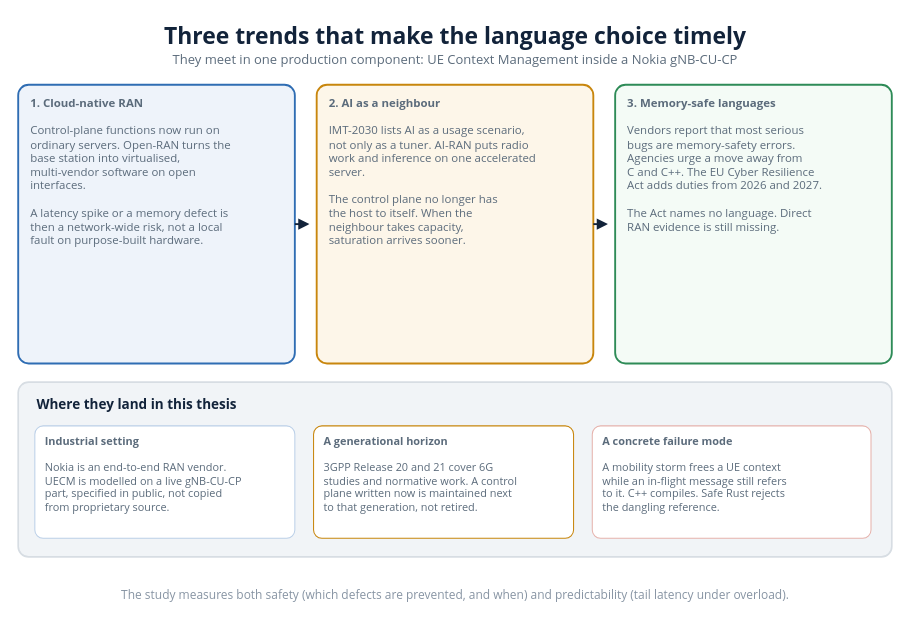
The draw.io diagram diagrams/review/31_three_trends.drawio in VienThanh12/Master-Thesis, before the edit. Source tidied: cells renumbered, new cells numbered last; positions are measured from the earlier drawing's top-left corner, leaving out a move shared by most shapes. Both pictures are drawn from the tidied source at 104%, with x=0, y=0 at pixel (18, 17).
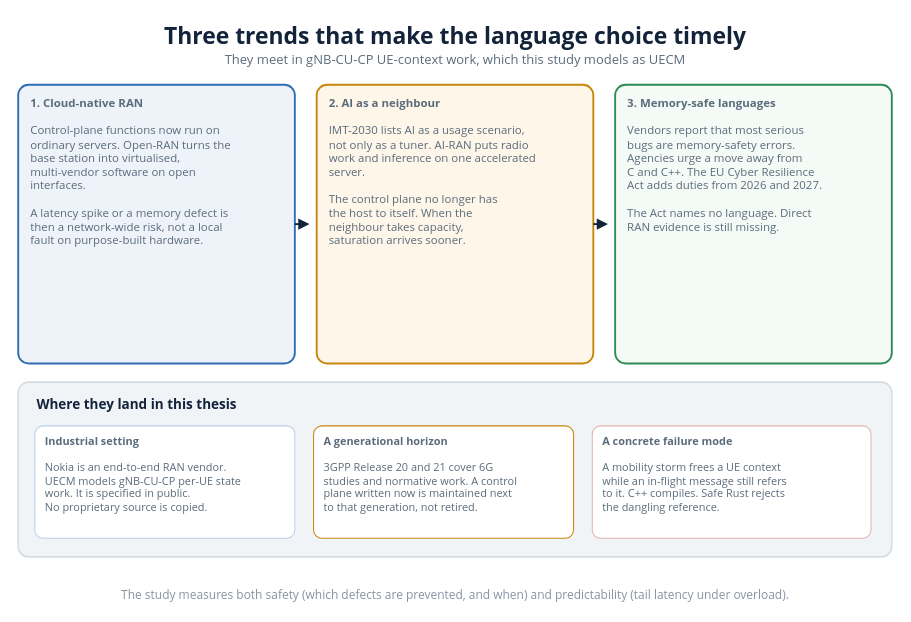
The same page after the edit.

The edit, as a diff of the source:
```diff
@@
 <mxGraphModel>
   <root>
     <mxCell id="0" />
     <mxCell id="1" parent="0" />
     <mxCell id="2" value="Three trends that make the language choice timely" style="text;html=1;strokeColor=none;fillColor=none;whiteSpace=nowrap;align=center;verticalAlign=middle;fontSize=22;fontColor=#12233a;fontFamily=Segoe UI;fontStyle=1;" parent="1" vertex="1">
       <mxGeometry x="126.2" y="0.1" width="587.5" height="33" as="geometry" />
     </mxCell>
-    <mxCell id="3" value="They meet in one production component: UE Context Management inside a Nokia gNB-CU-CP" style="text;html=1;strokeColor=none;fillColor=none;whiteSpace=nowrap;align=center;verticalAlign=middle;fontSize=12.5;fontColor=#5b6b7b;fontFamily=Segoe UI;" parent="1" vertex="1">
-      <mxGeometry x="130.5" y="31.1" width="579.1" height="18.8" as="geometry" />
+    <mxCell id="3" value="They meet in gNB-CU-CP UE-context work, which this study models as UECM" style="text;html=1;strokeColor=none;fillColor=none;whiteSpace=nowrap;align=center;verticalAlign=middle;fontSize=12.5;fontColor=#5b6b7b;fontFamily=Segoe UI;" parent="1" vertex="1">
+      <mxGeometry x="178.2" y="31.1" width="483.7" height="18.8" as="geometry" />
     </mxCell>
     <mxCell id="4" value="&lt;b&gt;1.  Cloud-native RAN&lt;/b&gt;&lt;br&gt;&lt;br&gt;Control-plane functions now run on&lt;br&gt;ordinary servers. Open-RAN turns the&lt;br&gt;base station into virtualised,&lt;br&gt;multi-vendor software on open&lt;br&gt;interfaces.&lt;br&gt;&lt;br&gt;A latency spike or a memory defect is&lt;br&gt;then a network-wide risk, not a local&lt;br&gt;fault on purpose-built hardware." style="rounded=1;whiteSpace=wrap;html=1;absoluteArcSize=1;arcSize=20;fillColor=#eef3fa;strokeColor=#2f6db3;strokeWidth=1.8;align=left;verticalAlign=top;spacingLeft=10;spacingTop=4;spacingRight=6;fontSize=11;fontColor=#5b6b7b;fontFamily=Segoe UI;" parent="1" vertex="1">
       <mxGeometry y="65" width="266" height="268" as="geometry" />
     </mxCell>
     <mxCell id="5" value="&lt;b&gt;2.  AI as a neighbour&lt;/b&gt;&lt;br&gt;&lt;br&gt;IMT-2030 lists AI as a usage scenario,&lt;br&gt;not only as a tuner. AI-RAN puts radio&lt;br&gt;work and inference on one accelerated&lt;br&gt;server.&lt;br&gt;&lt;br&gt;The control plane no longer has&lt;br&gt;the host to itself. When the&lt;br&gt;neighbour takes capacity,&lt;br&gt;saturation arrives sooner." style="rounded=1;whiteSpace=wrap;html=1;absoluteArcSize=1;arcSize=20;fillColor=#fdf6e9;strokeColor=#c8860d;strokeWidth=1.8;align=left;verticalAlign=top;spacingLeft=10;spacingTop=4;spacingRight=6;fontSize=11;fontColor=#5b6b7b;fontFamily=Segoe UI;" parent="1" vertex="1">
       <mxGeometry x="287" y="65" width="266" height="268" as="geometry" />
     </mxCell>
     <mxCell id="6" value="&lt;b&gt;3.  Memory-safe languages&lt;/b&gt;&lt;br&gt;&lt;br&gt;Vendors report that most serious&lt;br&gt;bugs are memory-safety errors.&lt;br&gt;Agencies urge a move away from&lt;br&gt;C and C++. The EU Cyber Resilience&lt;br&gt;Act adds duties from 2026 and 2027.&lt;br&gt;&lt;br&gt;The Act names no language. Direct&lt;br&gt;RAN evidence is still missing." style="rounded=1;whiteSpace=wrap;html=1;absoluteArcSize=1;arcSize=20;fillColor=#f4fbf6;strokeColor=#2e8b57;strokeWidth=1.8;align=left;verticalAlign=top;spacingLeft=10;spacingTop=4;spacingRight=6;fontSize=11;fontColor=#5b6b7b;fontFamily=Segoe UI;" parent="1" vertex="1">
       <mxGeometry x="574" y="65" width="266" height="268" as="geometry" />
     </mxCell>
     <mxCell id="7" style="html=1;rounded=0;strokeColor=#12233a;strokeWidth=1.8;endArrow=block;endFill=1;" parent="1" edge="1">
       <mxGeometry relative="1" as="geometry">
         <mxPoint x="266" y="199" as="sourcePoint" />
         <mxPoint x="280" y="199" as="targetPoint" />
       </mxGeometry>
     </mxCell>
     <mxCell id="8" style="html=1;rounded=0;strokeColor=#12233a;strokeWidth=1.8;endArrow=block;endFill=1;" parent="1" edge="1">
       <mxGeometry relative="1" as="geometry">
         <mxPoint x="553" y="199" as="sourcePoint" />
         <mxPoint x="567" y="199" as="targetPoint" />
       </mxGeometry>
     </mxCell>
     <mxCell id="9" style="rounded=1;whiteSpace=wrap;html=1;absoluteArcSize=1;arcSize=20;fillColor=#f1f4f7;strokeColor=#d7dde3;strokeWidth=1.6;" parent="1" vertex="1">
       <mxGeometry y="351" width="840" height="168" as="geometry" />
     </mxCell>
     <mxCell id="10" value="Where they land in this thesis" style="text;html=1;strokeColor=none;fillColor=none;whiteSpace=nowrap;align=left;verticalAlign=middle;fontSize=13;fontColor=#12233a;fontFamily=Segoe UI;fontStyle=1;" parent="1" vertex="1">
       <mxGeometry x="16" y="362.6" width="212.6" height="19.5" as="geometry" />
     </mxCell>
-    <mxCell id="11" value="&lt;b&gt;Industrial setting&lt;/b&gt;&lt;br&gt;&lt;br&gt;Nokia is an end-to-end RAN vendor.&lt;br&gt;UECM is modelled on a live gNB-CU-CP&lt;br&gt;part, specified in public, not copied&lt;br&gt;from proprietary source." style="rounded=1;whiteSpace=wrap;html=1;absoluteArcSize=1;arcSize=16;fillColor=#ffffff;strokeColor=#bcd0e8;strokeWidth=1.0;align=left;verticalAlign=top;spacingLeft=8;spacingTop=2;spacingRight=6;fontSize=10.5;fontColor=#5b6b7b;fontFamily=Segoe UI;" parent="1" vertex="1">
+    <mxCell id="11" value="&lt;b&gt;Industrial setting&lt;/b&gt;&lt;br&gt;&lt;br&gt;Nokia is an end-to-end RAN vendor.&lt;br&gt;UECM models gNB-CU-CP per-UE state&lt;br&gt;work. It is specified in public.&lt;br&gt;No proprietary source is copied." style="rounded=1;whiteSpace=wrap;html=1;absoluteArcSize=1;arcSize=16;fillColor=#ffffff;strokeColor=#bcd0e8;strokeWidth=1.0;align=left;verticalAlign=top;spacingLeft=8;spacingTop=2;spacingRight=6;fontSize=10.5;fontColor=#5b6b7b;fontFamily=Segoe UI;" parent="1" vertex="1">
       <mxGeometry x="16" y="393" width="250" height="108" as="geometry" />
     </mxCell>
     <mxCell id="12" value="&lt;b&gt;A generational horizon&lt;/b&gt;&lt;br&gt;&lt;br&gt;3GPP Release 20 and 21 cover 6G&lt;br&gt;studies and normative work. A control&lt;br&gt;plane written now is maintained next&lt;br&gt;to that generation, not retired." style="rounded=1;whiteSpace=wrap;html=1;absoluteArcSize=1;arcSize=16;fillColor=#ffffff;strokeColor=#c8860d;strokeWidth=1.0;align=left;verticalAlign=top;spacingLeft=8;spacingTop=2;spacingRight=6;fontSize=10.5;fontColor=#5b6b7b;fontFamily=Segoe UI;" parent="1" vertex="1">
       <mxGeometry x="284" y="393" width="250" height="108" as="geometry" />
     </mxCell>
     <mxCell id="13" value="&lt;b&gt;A concrete failure mode&lt;/b&gt;&lt;br&gt;&lt;br&gt;A mobility storm frees a UE context&lt;br&gt;while an in-flight message still refers&lt;br&gt;to it. C++ compiles. Safe Rust rejects&lt;br&gt;the dangling reference." style="rounded=1;whiteSpace=wrap;html=1;absoluteArcSize=1;arcSize=16;fillColor=#ffffff;strokeColor=#e6b3ad;strokeWidth=1.0;align=left;verticalAlign=top;spacingLeft=8;spacingTop=2;spacingRight=6;fontSize=10.5;fontColor=#5b6b7b;fontFamily=Segoe UI;" parent="1" vertex="1">
       <mxGeometry x="552" y="393" width="268" height="108" as="geometry" />
     </mxCell>
     <mxCell id="14" value="The study measures both safety (which defects are prevented, and when) and predictability (tail latency under overload)." style="text;html=1;strokeColor=none;fillColor=none;whiteSpace=nowrap;align=center;verticalAlign=middle;fontSize=11.5;fontColor=#8794a3;fontFamily=Segoe UI;" parent="1" vertex="1">
       <mxGeometry x="44" y="546.1" width="752.1" height="17.2" as="geometry" />
     </mxCell>
   </root>
 </mxGraphModel>
```
